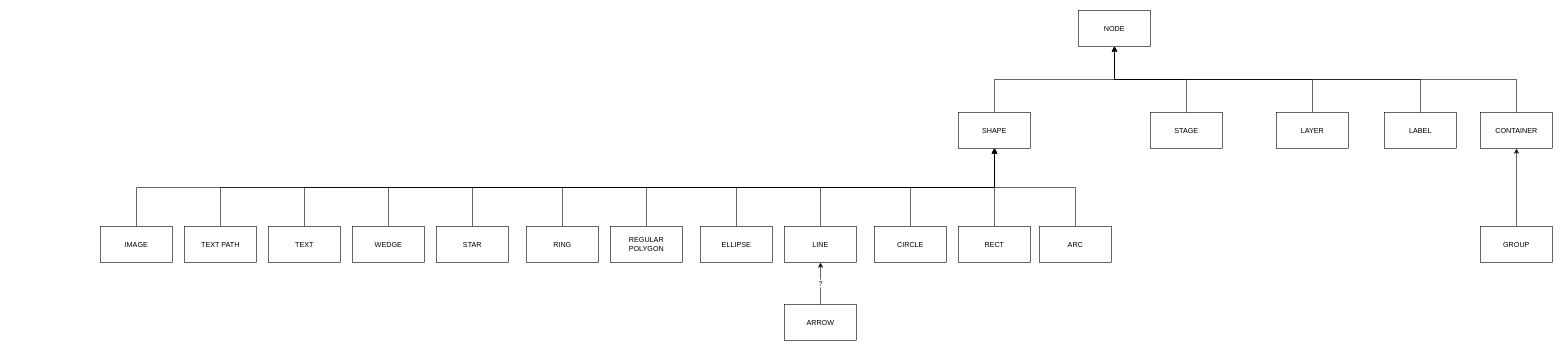
Before: Docs/KonvaHierarchy.drawio in xevilmaxx/BlazorKonva, a draw.io diagram. Source tidied: cells renumbered, new cells numbered last; positions are measured from the earlier drawing's top-left corner, leaving out a move shared by most shapes. Both pictures are drawn from the tidied source at 60%, with x=0, y=0 at pixel (100, 10).
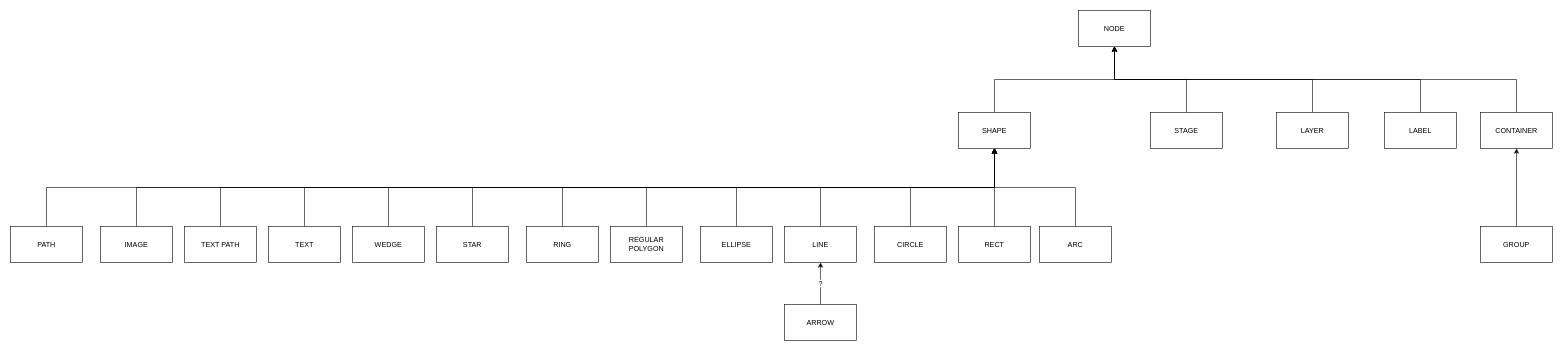
The same diagram, later.

The change refers to these unchanged cells:
```xml
<mxCell id="4" value="SHAPE" style="rounded=0;whiteSpace=wrap;html=1;" parent="1" vertex="1">
  <mxGeometry x="1430" y="170" width="120" height="60" as="geometry" />
</mxCell>
```

Diff of the diagram source:
```diff
@@
+    <mxCell id="41" style="edgeStyle=orthogonalEdgeStyle;rounded=0;jettySize=auto;html=1;entryX=0.5;entryY=1;entryDx=0;entryDy=0;exitX=0.5;exitY=0;exitDx=0;exitDy=0;" parent="1" edge="1" source="42" target="4">
+      <mxGeometry relative="1" as="geometry" />
+    </mxCell>
+    <mxCell id="42" value="PATH" style="rounded=0;whiteSpace=wrap;html=1;" parent="1" vertex="1">
+      <mxGeometry x="-150" y="360" width="120" height="60" as="geometry" />
+    </mxCell>
```
